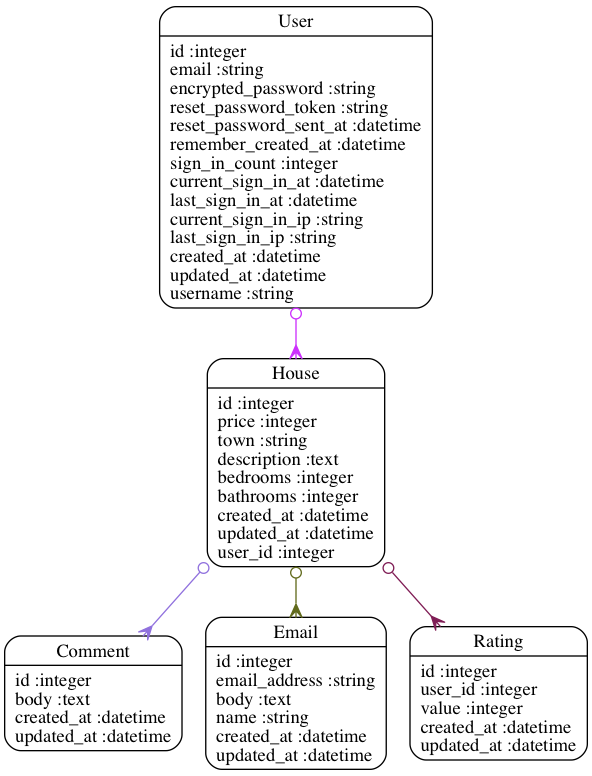
Earlier version of the Graphviz export models.png (Maudulus/homedin). Its source is kept beside it as models.dot. Its diagram source:
```dot
digraph models_diagram {
	graph[overlap=false, splines=true]
	"Comment" [shape=Mrecord, label="{Comment|id :integer\lbody :text\lcreated_at :datetime\lupdated_at :datetime\l}"]
	"Email" [shape=Mrecord, label="{Email|id :integer\lemail_address :string\lbody :text\lname :string\lcreated_at :datetime\lupdated_at :datetime\l}"]
	"House" [shape=Mrecord, label="{House|id :integer\lprice :integer\ltown :string\ldescription :text\lbedrooms :integer\lbathrooms :integer\lcreated_at :datetime\lupdated_at :datetime\luser_id :integer\l}"]
	"Rating" [shape=Mrecord, label="{Rating|id :integer\luser_id :integer\lvalue :integer\lcreated_at :datetime\lupdated_at :datetime\l}"]
	"User" [shape=Mrecord, label="{User|id :integer\lemail :string\lencrypted_password :string\lreset_password_token :string\lreset_password_sent_at :datetime\lremember_created_at :datetime\lsign_in_count :integer\lcurrent_sign_in_at :datetime\llast_sign_in_at :datetime\lcurrent_sign_in_ip :string\llast_sign_in_ip :string\lcreated_at :datetime\lupdated_at :datetime\lusername :string\l}"]
	"House" -> "Comment" [arrowtail=odot, arrowhead=crow, dir=both color="#9071DD"]
	"House" -> "Email" [arrowtail=odot, arrowhead=crow, dir=both color="#616A1C"]
	"House" -> "Rating" [arrowtail=odot, arrowhead=crow, dir=both color="#7F1D55"]
	"User" -> "House" [arrowtail=odot, arrowhead=crow, dir=both color="#CC30FC"]
}
```
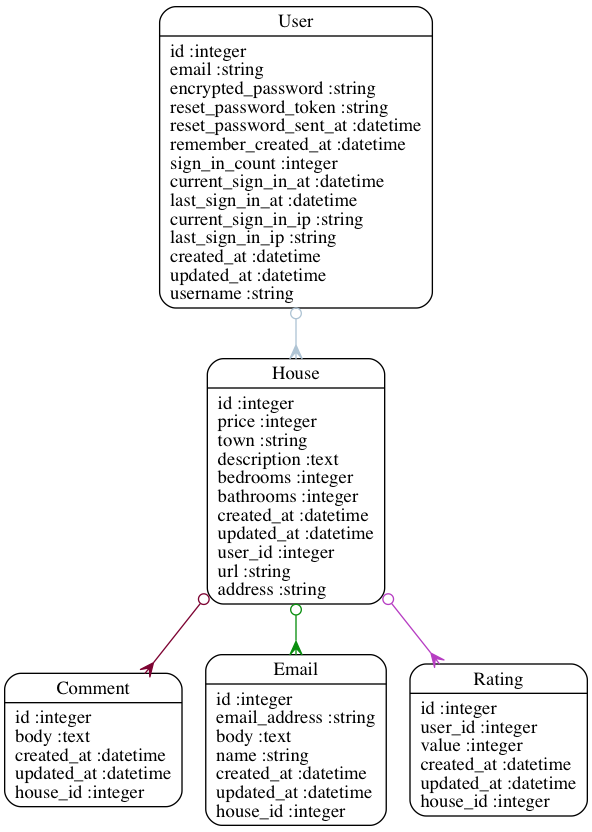
The same diagram one commit later.

The edit, as a diff of the source:
```diff
@@ -1,12 +1,12 @@
 digraph models_diagram {
 	graph[overlap=false, splines=true]
-	"Comment" [shape=Mrecord, label="{Comment|id :integer\lbody :text\lcreated_at :datetime\lupdated_at :datetime\l}"]
-	"Email" [shape=Mrecord, label="{Email|id :integer\lemail_address :string\lbody :text\lname :string\lcreated_at :datetime\lupdated_at :datetime\l}"]
-	"House" [shape=Mrecord, label="{House|id :integer\lprice :integer\ltown :string\ldescription :text\lbedrooms :integer\lbathrooms :integer\lcreated_at :datetime\lupdated_at :datetime\luser_id :integer\l}"]
-	"Rating" [shape=Mrecord, label="{Rating|id :integer\luser_id :integer\lvalue :integer\lcreated_at :datetime\lupdated_at :datetime\l}"]
+	"Comment" [shape=Mrecord, label="{Comment|id :integer\lbody :text\lcreated_at :datetime\lupdated_at :datetime\lhouse_id :integer\l}"]
+	"Email" [shape=Mrecord, label="{Email|id :integer\lemail_address :string\lbody :text\lname :string\lcreated_at :datetime\lupdated_at :datetime\lhouse_id :integer\l}"]
+	"House" [shape=Mrecord, label="{House|id :integer\lprice :integer\ltown :string\ldescription :text\lbedrooms :integer\lbathrooms :integer\lcreated_at :datetime\lupdated_at :datetime\luser_id :integer\lurl :string\laddress :string\l}"]
+	"Rating" [shape=Mrecord, label="{Rating|id :integer\luser_id :integer\lvalue :integer\lcreated_at :datetime\lupdated_at :datetime\lhouse_id :integer\l}"]
 	"User" [shape=Mrecord, label="{User|id :integer\lemail :string\lencrypted_password :string\lreset_password_token :string\lreset_password_sent_at :datetime\lremember_created_at :datetime\lsign_in_count :integer\lcurrent_sign_in_at :datetime\llast_sign_in_at :datetime\lcurrent_sign_in_ip :string\llast_sign_in_ip :string\lcreated_at :datetime\lupdated_at :datetime\lusername :string\l}"]
-	"House" -> "Comment" [arrowtail=odot, arrowhead=crow, dir=both color="#9071DD"]
-	"House" -> "Email" [arrowtail=odot, arrowhead=crow, dir=both color="#616A1C"]
-	"House" -> "Rating" [arrowtail=odot, arrowhead=crow, dir=both color="#7F1D55"]
-	"User" -> "House" [arrowtail=odot, arrowhead=crow, dir=both color="#CC30FC"]
+	"House" -> "Comment" [arrowtail=odot, arrowhead=crow, dir=both color="#7D0332"]
+	"House" -> "Email" [arrowtail=odot, arrowhead=crow, dir=both color="#098E0E"]
+	"House" -> "Rating" [arrowtail=odot, arrowhead=crow, dir=both color="#B63DC2"]
+	"User" -> "House" [arrowtail=odot, arrowhead=crow, dir=both color="#AFC4D4"]
 }
```
